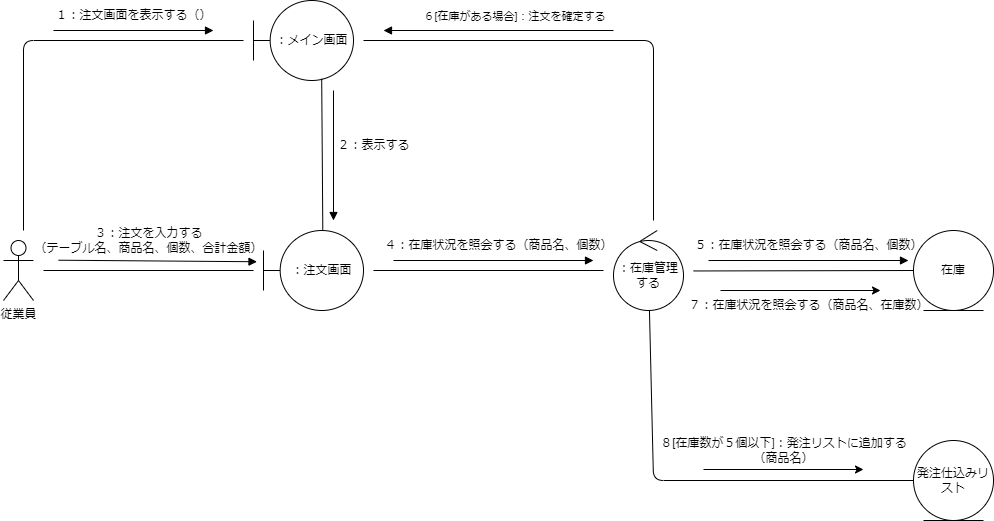
This is psp4/コミュニケーション図/コミュニケーション図_オーダー.drawio.png from MasakiHiguchi/---, a draw.io export, as it was before one commit. Source tidied: cells renumbered, new cells last; positions are measured from the earlier drawing's top-left corner, leaving out a move shared by most shapes.
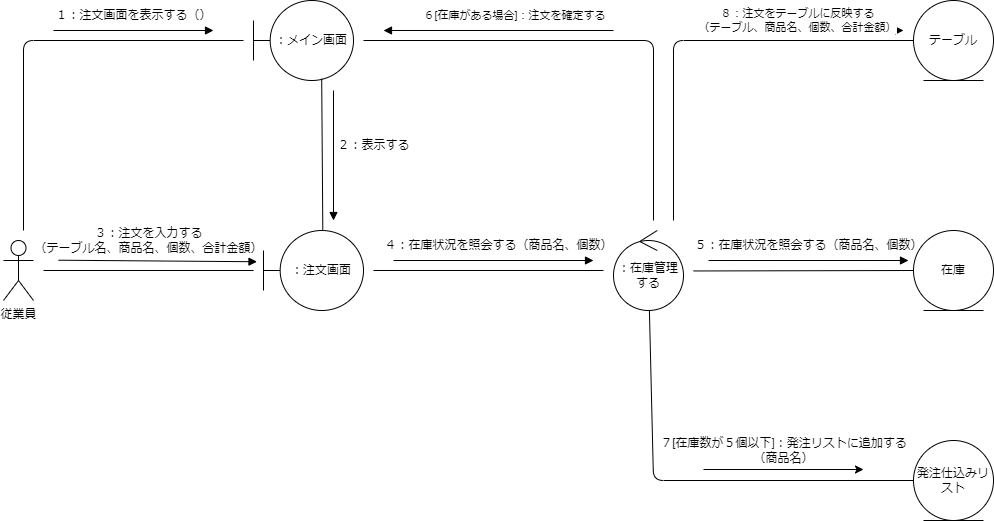
The same file after the commit.

Diff of the diagram source:
```diff
@@ -120,16 +120,7 @@
     <mxCell id="26" value="発注仕込みリスト" style="ellipse;shape=umlEntity;whiteSpace=wrap;html=1;" parent="1" vertex="1">
       <mxGeometry x="910" y="440" width="80" height="80" as="geometry" />
     </mxCell>
-    <mxCell id="27" value="７：在庫状況を照会する（商品名、在庫数）" style="text;html=1;align=center;verticalAlign=middle;strokeColor=none;fillColor=none;" parent="1" vertex="1">
-      <mxGeometry x="675" y="290" width="260" height="30" as="geometry" />
-    </mxCell>
-    <mxCell id="28" style="endArrow=classic;html=1;" parent="1" edge="1">
-      <mxGeometry relative="1" as="geometry">
-        <mxPoint x="717" y="290" as="sourcePoint" />
-        <mxPoint x="877" y="290" as="targetPoint" />
-      </mxGeometry>
-    </mxCell>
-    <mxCell id="29" value="８[在庫数が５個以下]：発注リストに追加する&lt;br&gt;（商品名）" style="text;html=1;align=center;verticalAlign=middle;strokeColor=none;fillColor=none;" parent="1" vertex="1">
+    <mxCell id="29" value="７[在庫数が５個以下]：発注リストに追加する&lt;br&gt;（商品名）" style="text;html=1;align=center;verticalAlign=middle;strokeColor=none;fillColor=none;" parent="1" vertex="1">
       <mxGeometry x="645" y="430" width="270" height="40" as="geometry" />
     </mxCell>
     <mxCell id="30" style="endArrow=classic;html=1;" parent="1" edge="1">
@@ -138,5 +129,27 @@
         <mxPoint x="860" y="469" as="targetPoint" />
       </mxGeometry>
     </mxCell>
+    <mxCell id="31" value="テーブル" style="ellipse;shape=umlEntity;whiteSpace=wrap;html=1;" parent="1" vertex="1">
+      <mxGeometry x="910" width="80" height="80" as="geometry" />
+    </mxCell>
+    <mxCell id="32" style="edgeStyle=none;html=1;endArrow=none;endFill=0;exitX=0;exitY=0.5;exitDx=0;exitDy=0;" parent="1" edge="1" source="31">
+      <mxGeometry relative="1" as="geometry">
+        <mxPoint x="670" y="220" as="targetPoint" />
+        <Array as="points">
+          <mxPoint x="670" y="40" />
+        </Array>
+      </mxGeometry>
+    </mxCell>
+    <mxCell id="33" style="endArrow=block;html=1;endFill=1;" parent="1" edge="1">
+      <mxGeometry relative="1" as="geometry">
+        <mxPoint x="700" y="30" as="sourcePoint" />
+        <mxPoint x="900" y="30" as="targetPoint" />
+      </mxGeometry>
+    </mxCell>
+    <mxCell id="34" value="８：注文をテーブルに反映する&lt;br&gt;（テーブル、商品名、個数、合計金額）" style="edgeLabel;html=1;align=center;verticalAlign=middle;" parent="1" vertex="1">
+      <mxGeometry x="790" y="15" as="geometry">
+        <mxPoint x="3" y="4" as="offset" />
+      </mxGeometry>
+    </mxCell>
   </root>
 </mxGraphModel>
```
